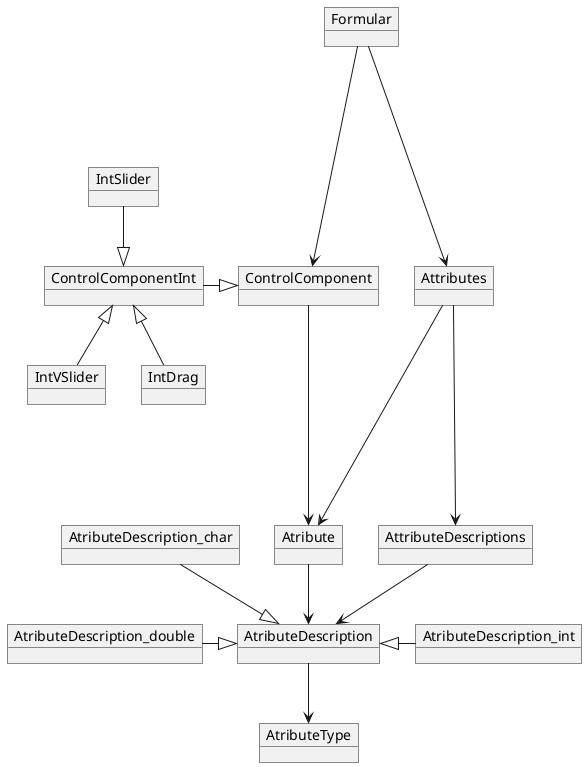
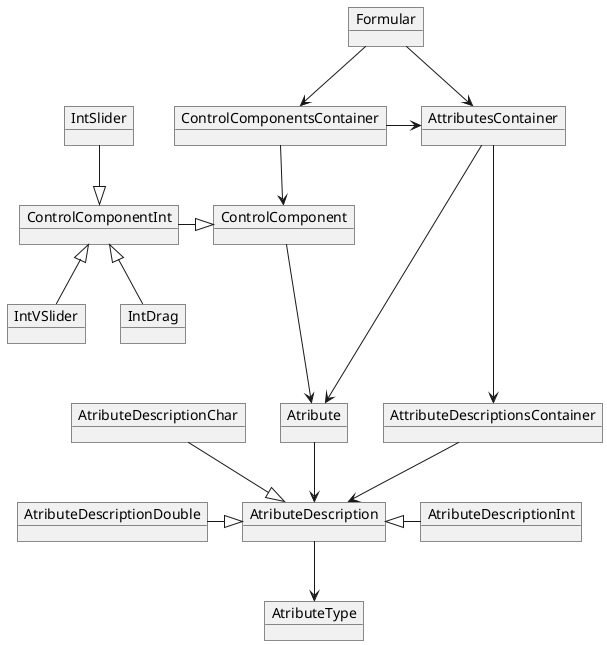
@startuml Uml
object AtributeType
object AtributeDescription
- object AtributeDescription_int
- object AtributeDescription_double
- object AtributeDescription_char
- object AttributeDescriptions
+ object AtributeDescriptionInt
+ object AtributeDescriptionDouble
+ object AtributeDescriptionChar
+ object AttributeDescriptionsContainer

object Atribute
- object Attributes
+ object AttributesContainer

object ControlComponent
object ControlComponentInt
object IntSlider
object IntVSlider
object IntDrag
object Formular
+ object ControlComponentsContainer
+ 
AtributeDescription -down-> AtributeType
- AtributeDescription_int -left-|> AtributeDescription
- AtributeDescription_double -right-|> AtributeDescription
- AtributeDescription_char -down-|> AtributeDescription
- AttributeDescriptions -down-> AtributeDescription
+ AtributeDescriptionInt -left-|> AtributeDescription
+ AtributeDescriptionDouble -right-|> AtributeDescription
+ AtributeDescriptionChar -down-|> AtributeDescription
+ AttributeDescriptionsContainer -down-> AtributeDescription
Atribute -down-> AtributeDescription
- Attributes -down---> Atribute
- Attributes ----> AttributeDescriptions
+ AttributesContainer -down---> Atribute
+ AttributesContainer ----> AttributeDescriptionsContainer
ControlComponent -> Atribute
ControlComponentInt -|> ControlComponent
IntSlider -down-|> ControlComponentInt
IntVSlider -up-|> ControlComponentInt
IntDrag -up-|> ControlComponentInt
- Formular ----> Attributes
- Formular ----> ControlComponent
+ Formular --> AttributesContainer
+ Formular --> ControlComponentsContainer
+ ControlComponentsContainer -> AttributesContainer
+ ControlComponentsContainer --> ControlComponent

@enduml